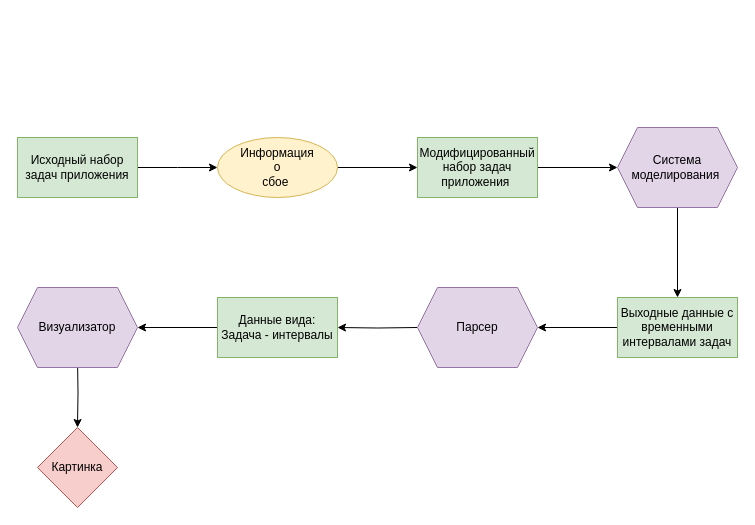
The draw.io diagram graphs/course_work.drawio in Ushuaya/VMK, before the edit. Source tidied: cells renumbered, new cells numbered last; positions are measured from the earlier drawing's top-left corner, leaving out a move shared by most shapes. Both pictures are drawn from the tidied source at 100%, with x=0, y=0 at pixel (17, 127).
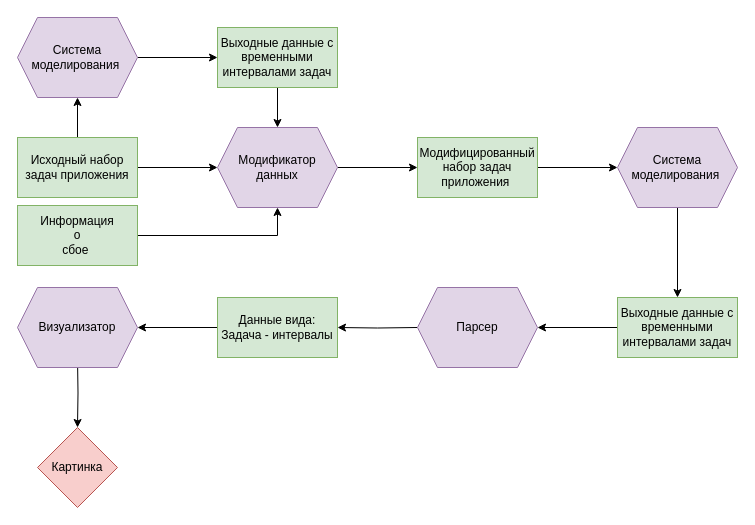
The same page after the edit.

Unchanged cells that the change refers to:
```xml
<mxCell id="7" value="Модифицированный набор задач приложения&amp;nbsp;" style="whiteSpace=wrap;html=1;fillColor=#d5e8d4;strokeColor=#82b366;" parent="1" vertex="1">
  <mxGeometry x="400" y="10" width="120" height="60" as="geometry" />
</mxCell>
```

Diff of the diagram source:
```diff
@@
-    <mxCell id="2" style="edgeStyle=orthogonalEdgeStyle;rounded=0;jettySize=auto;html=1;" parent="1" edge="1" source="3">
-      <mxGeometry relative="1" as="geometry">
-        <mxPoint x="200" y="40" as="targetPoint" />
-      </mxGeometry>
-    </mxCell>
+    <mxCell id="19" style="edgeStyle=orthogonalEdgeStyle;rounded=0;jettySize=auto;html=1;exitX=0.5;exitY=0;exitDx=0;exitDy=0;entryX=0.5;entryY=1;entryDx=0;entryDy=0;" parent="1" edge="1" source="3" target="23">
+      <mxGeometry relative="1" as="geometry" />
+    </mxCell>
+    <mxCell id="20" style="edgeStyle=orthogonalEdgeStyle;rounded=0;jettySize=auto;html=1;exitX=1;exitY=0.5;exitDx=0;exitDy=0;entryX=0;entryY=0.5;entryDx=0;entryDy=0;" parent="1" edge="1" source="3" target="27">
+      <mxGeometry relative="1" as="geometry" />
+    </mxCell>
-    <mxCell id="3" value="Исходный набор задач приложения" style="rounded=0;whiteSpace=wrap;html=1;fillColor=#d5e8d4;strokeColor=#82b366;" parent="1" vertex="1">
+    <mxCell id="3" value="Исходный набор задач приложения" style="rounded=0;whiteSpace=wrap;html=1;fillColor=#d5e8d4;strokeColor=#82b366;shadow=0;glass=0;" parent="1" vertex="1">
       <mxGeometry y="10" width="120" height="60" as="geometry" />
     </mxCell>
-    <mxCell id="4" style="edgeStyle=orthogonalEdgeStyle;rounded=0;jettySize=auto;html=1;" parent="1" edge="1" source="5" target="7">
-      <mxGeometry relative="1" as="geometry" />
-    </mxCell>
-    <mxCell id="5" value="Информация &lt;br&gt;о &lt;br&gt;сбое&amp;nbsp;" style="ellipse;whiteSpace=wrap;html=1;fillColor=#fff2cc;strokeColor=#d6b656;" parent="1" vertex="1">
-      <mxGeometry x="200" y="10" width="120" height="60" as="geometry" />
-    </mxCell>
@@
+    <mxCell id="21" style="edgeStyle=orthogonalEdgeStyle;rounded=0;jettySize=auto;html=1;exitX=1;exitY=0.5;exitDx=0;exitDy=0;entryX=0.5;entryY=1;entryDx=0;entryDy=0;" parent="1" edge="1" source="5" target="27">
+      <mxGeometry relative="1" as="geometry" />
+    </mxCell>
+    <mxCell id="5" value="Информация&lt;br style=&quot;border-color: var(--border-color);&quot;&gt;о&lt;br style=&quot;border-color: var(--border-color);&quot;&gt;сбое&amp;nbsp;" style="rounded=0;whiteSpace=wrap;html=1;fillColor=#d5e8d4;strokeColor=#82b366;" parent="1" vertex="1">
+      <mxGeometry y="78" width="120" height="60" as="geometry" />
+    </mxCell>
+    <mxCell id="22" style="edgeStyle=orthogonalEdgeStyle;rounded=0;jettySize=auto;html=1;exitX=1;exitY=0.5;exitDx=0;exitDy=0;" parent="1" edge="1" source="23" target="25">
+      <mxGeometry relative="1" as="geometry" />
+    </mxCell>
+    <mxCell id="23" value="Система моделирования&amp;nbsp;" style="shape=hexagon;perimeter=hexagonPerimeter2;whiteSpace=wrap;html=1;fixedSize=1;fillColor=#e1d5e7;strokeColor=#9673a6;" parent="1" vertex="1">
+      <mxGeometry y="-110" width="120" height="80" as="geometry" />
+    </mxCell>
+    <mxCell id="24" style="edgeStyle=orthogonalEdgeStyle;rounded=0;jettySize=auto;html=1;exitX=0.5;exitY=1;exitDx=0;exitDy=0;entryX=0.5;entryY=0;entryDx=0;entryDy=0;" parent="1" edge="1" source="25" target="27">
+      <mxGeometry relative="1" as="geometry" />
+    </mxCell>
+    <mxCell id="25" value="Выходные данные с временными интервалами задач" style="rounded=0;whiteSpace=wrap;html=1;fillColor=#d5e8d4;strokeColor=#82b366;" parent="1" vertex="1">
+      <mxGeometry x="200" y="-100" width="120" height="60" as="geometry" />
+    </mxCell>
+    <mxCell id="26" style="edgeStyle=orthogonalEdgeStyle;rounded=0;jettySize=auto;html=1;exitX=1;exitY=0.5;exitDx=0;exitDy=0;" parent="1" edge="1" source="27" target="7">
+      <mxGeometry relative="1" as="geometry" />
+    </mxCell>
+    <mxCell id="27" value="&amp;nbsp;Модификатор&amp;nbsp;&lt;br style=&quot;border-color: var(--border-color);&quot;&gt;&lt;span style=&quot;border-color: var(--border-color);&quot;&gt;данных&lt;/span&gt;" style="shape=hexagon;perimeter=hexagonPerimeter2;whiteSpace=wrap;html=1;fixedSize=1;fillColor=#e1d5e7;strokeColor=#9673a6;" parent="1" vertex="1">
+      <mxGeometry x="200" width="120" height="80" as="geometry" />
+    </mxCell>
```
